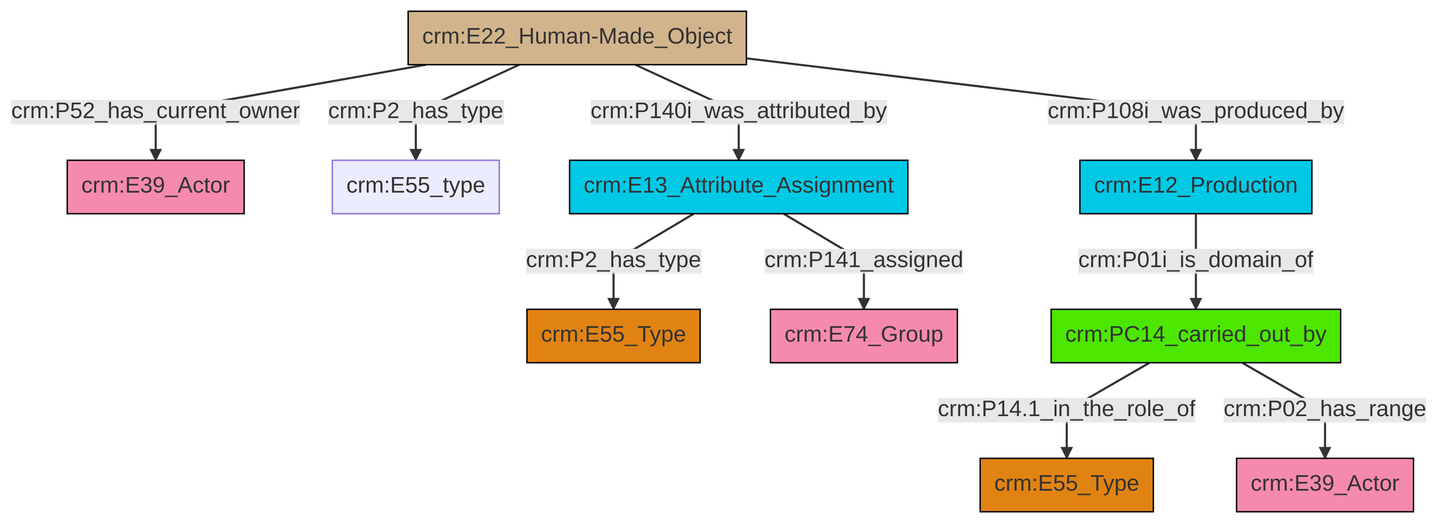
The Mermaid diagram et/builtWorkCSV/ttl/mmd/png/Built_Work_actor_relations.png in swiss-art-research-net/docs.swissartresearch, before a commit. Its source is kept beside it as et/builtWorkCSV/ttl/mmd/Built_Work_actor_relations.ttl.mmd.
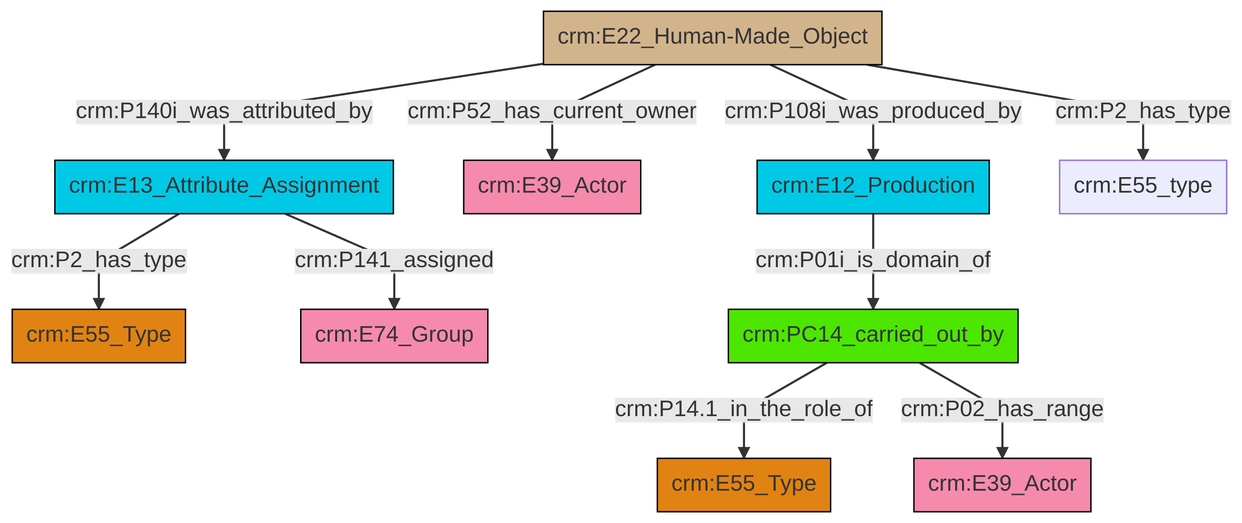
The same diagram one commit later.

The edit, as a diff of the source:
```diff
@@ -13,12 +13,12 @@
 classDef PC_Classes fill:#4ce600, stroke:#000000;
 classDef Multi fill:#cccccc,stroke:#000000;
 
-4["crm:E22_Human-Made_Object"]:::Physical_Thing -->|crm:P52_has_current_owner| 0["crm:E39_Actor"]:::Actor
-4["crm:E22_Human-Made_Object"]:::Physical_Thing -->|crm:P108i_was_produced_by| 9["crm:E12_Production"]:::Temporal_Entity
-15["crm:E13_Attribute_Assignment"]:::Temporal_Entity -->|crm:P2_has_type| 2["crm:E55_Type"]:::Type
-4["crm:E22_Human-Made_Object"]:::Physical_Thing -->|crm:P140i_was_attributed_by| 15["crm:E13_Attribute_Assignment"]:::Temporal_Entity
-9["crm:E12_Production"]:::Temporal_Entity -->|crm:P01i_is_domain_of| 10["crm:PC14_carried_out_by"]:::PC_Classes
-10["crm:PC14_carried_out_by"]:::PC_Classes -->|crm:P14.1_in_the_role_of| 17["crm:E55_Type"]:::Type
-4["crm:E22_Human-Made_Object"]:::Physical_Thing -->|crm:P2_has_type| 5["crm:E55_type"]:::Default
-10["crm:PC14_carried_out_by"]:::PC_Classes -->|crm:P02_has_range| 13["crm:E39_Actor"]:::Actor
-15["crm:E13_Attribute_Assignment"]:::Temporal_Entity -->|crm:P141_assigned| 7["crm:E74_Group"]:::Actor
+2["crm:E13_Attribute_Assignment"]:::Temporal_Entity -->|crm:P141_assigned| 3["crm:E74_Group"]:::Actor
+11["crm:E22_Human-Made_Object"]:::Physical_Thing -->|crm:P52_has_current_owner| 7["crm:E39_Actor"]:::Actor
+11["crm:E22_Human-Made_Object"]:::Physical_Thing -->|crm:P108i_was_produced_by| 13["crm:E12_Production"]:::Temporal_Entity
+13["crm:E12_Production"]:::Temporal_Entity -->|crm:P01i_is_domain_of| 9["crm:PC14_carried_out_by"]:::PC_Classes
+9["crm:PC14_carried_out_by"]:::PC_Classes -->|crm:P14.1_in_the_role_of| 5["crm:E55_Type"]:::Type
+2["crm:E13_Attribute_Assignment"]:::Temporal_Entity -->|crm:P2_has_type| 0["crm:E55_Type"]:::Type
+11["crm:E22_Human-Made_Object"]:::Physical_Thing -->|crm:P140i_was_attributed_by| 2["crm:E13_Attribute_Assignment"]:::Temporal_Entity
+9["crm:PC14_carried_out_by"]:::PC_Classes -->|crm:P02_has_range| 15["crm:E39_Actor"]:::Actor
+11["crm:E22_Human-Made_Object"]:::Physical_Thing -->|crm:P2_has_type| 18["crm:E55_type"]:::Default
```
